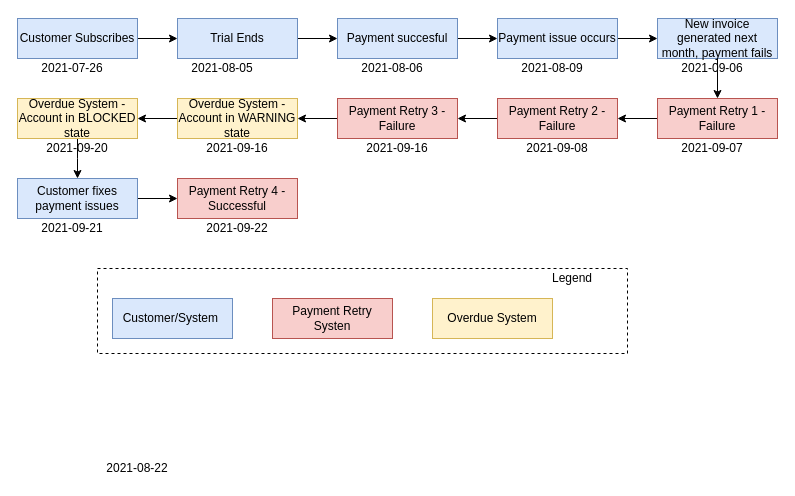
killbill/killbill-docs keeps this draw.io diagram as page "test-flow" (5 of 5) of userguide/assets/img/overdue/overdue.drawio. Above is the earlier version. Source tidied: cells renumbered, new cells numbered last; positions are measured from the earlier drawing's top-left corner, leaving out a move shared by most shapes. Both pictures are drawn from the tidied source at 100%, with x=0, y=0 at pixel (17, 18).
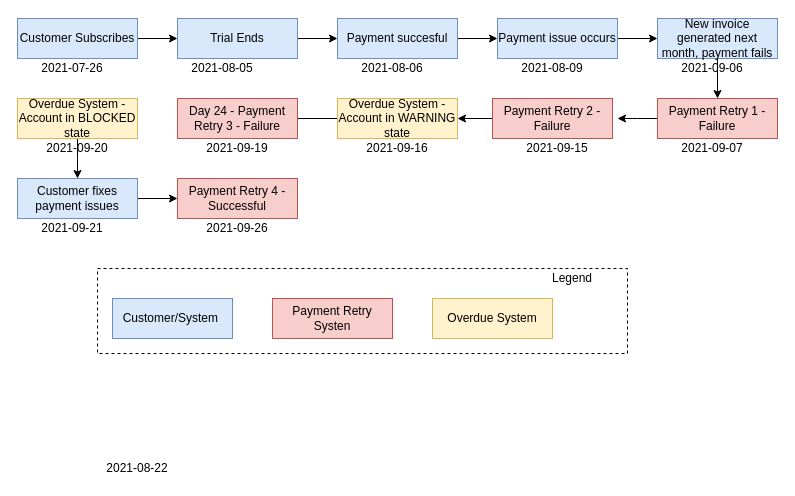
The same diagram, later.

The change refers to these unchanged cells:
```xml
<mxCell id="7" value="Payment Retry 1 - Failure" style="rounded=0;whiteSpace=wrap;html=1;fillColor=#f8cecc;strokeColor=#b85450;" parent="1" vertex="1">
  <mxGeometry x="640" y="80" width="120" height="40" as="geometry" />
</mxCell>
<mxCell id="23" value="Overdue System - Account in BLOCKED state" style="rounded=0;whiteSpace=wrap;html=1;fillColor=#fff2cc;strokeColor=#d6b656;" parent="1" vertex="1">
  <mxGeometry y="80" width="120" height="40" as="geometry" />
</mxCell>
```

What changed in the source:
```diff
@@
-    <mxCell id="6" style="edgeStyle=orthogonalEdgeStyle;rounded=0;jettySize=auto;html=1;exitX=0;exitY=0.5;exitDx=0;exitDy=0;entryX=1;entryY=0.5;entryDx=0;entryDy=0;" parent="1" edge="1" source="7" target="9">
-      <mxGeometry relative="1" as="geometry" />
+    <mxCell id="6" style="edgeStyle=orthogonalEdgeStyle;rounded=0;jettySize=auto;html=1;exitX=0;exitY=0.5;exitDx=0;exitDy=0;entryX=1;entryY=0.5;entryDx=0;entryDy=0;" parent="1" edge="1" source="7">
+      <mxGeometry relative="1" as="geometry">
+        <mxPoint x="600" y="100" as="targetPoint" />
+      </mxGeometry>
     </mxCell>
@@
-    <mxCell id="8" style="edgeStyle=orthogonalEdgeStyle;rounded=0;jettySize=auto;html=1;exitX=0;exitY=0.5;exitDx=0;exitDy=0;entryX=1;entryY=0.5;entryDx=0;entryDy=0;" parent="1" edge="1" source="9" target="11">
-      <mxGeometry relative="1" as="geometry" />
-    </mxCell>
-    <mxCell id="9" value="Payment Retry 2 - Failure" style="rounded=0;whiteSpace=wrap;html=1;fillColor=#f8cecc;strokeColor=#b85450;" parent="1" vertex="1">
-      <mxGeometry x="480" y="80" width="120" height="40" as="geometry" />
-    </mxCell>
@@
-    <mxCell id="11" value="Payment Retry 3 - Failure" style="rounded=0;whiteSpace=wrap;html=1;fillColor=#f8cecc;strokeColor=#b85450;" parent="1" vertex="1">
-      <mxGeometry x="320" y="80" width="120" height="40" as="geometry" />
+    <mxCell id="11" value="Payment Retry 2 - Failure" style="rounded=0;whiteSpace=wrap;html=1;fillColor=#f8cecc;strokeColor=#b85450;" parent="1" vertex="1">
+      <mxGeometry x="475" y="80" width="120" height="40" as="geometry" />
     </mxCell>
@@
-    <mxCell id="17" value="2021-09-08" style="text;html=1;strokeColor=none;fillColor=none;align=center;verticalAlign=middle;whiteSpace=wrap;rounded=0;" parent="1" vertex="1">
+    <mxCell id="17" value="2021-09-15" style="text;html=1;strokeColor=none;fillColor=none;align=center;verticalAlign=middle;whiteSpace=wrap;rounded=0;" parent="1" vertex="1">
       <mxGeometry x="495" y="120" width="90" height="20" as="geometry" />
     </mxCell>
@@
-    <mxCell id="19" style="edgeStyle=orthogonalEdgeStyle;rounded=0;jettySize=auto;html=1;exitX=0;exitY=0.5;exitDx=0;exitDy=0;entryX=1;entryY=0.5;entryDx=0;entryDy=0;" parent="1" edge="1" source="20" target="23">
-      <mxGeometry relative="1" as="geometry" />
+    <mxCell id="19" style="edgeStyle=orthogonalEdgeStyle;rounded=0;jettySize=auto;html=1;exitX=0;exitY=0.5;exitDx=0;exitDy=0;" parent="1" edge="1" source="20">
+      <mxGeometry relative="1" as="geometry">
+        <mxPoint x="270" y="100" as="targetPoint" />
+      </mxGeometry>
     </mxCell>
     <mxCell id="20" value="Overdue System - Account in WARNING state" style="rounded=0;whiteSpace=wrap;html=1;fillColor=#fff2cc;strokeColor=#d6b656;" parent="1" vertex="1">
-      <mxGeometry x="160" y="80" width="120" height="40" as="geometry" />
+      <mxGeometry x="320" y="80" width="120" height="40" as="geometry" />
     </mxCell>
-    <mxCell id="21" value="2021-09-16" style="text;html=1;strokeColor=none;fillColor=none;align=center;verticalAlign=middle;whiteSpace=wrap;rounded=0;" parent="1" vertex="1">
+    <mxCell id="21" value="2021-09-19" style="text;html=1;strokeColor=none;fillColor=none;align=center;verticalAlign=middle;whiteSpace=wrap;rounded=0;" parent="1" vertex="1">
       <mxGeometry x="175" y="120" width="90" height="20" as="geometry" />
     </mxCell>
@@
-    <mxCell id="25" value="2021-09-22" style="text;html=1;strokeColor=none;fillColor=none;align=center;verticalAlign=middle;whiteSpace=wrap;rounded=0;" parent="1" vertex="1">
+    <mxCell id="25" value="2021-09-26" style="text;html=1;strokeColor=none;fillColor=none;align=center;verticalAlign=middle;whiteSpace=wrap;rounded=0;" parent="1" vertex="1">
       <mxGeometry x="175" y="200" width="90" height="20" as="geometry" />
     </mxCell>
@@
+    <mxCell id="43" value="Day 24 - Payment Retry 3 - Failure" style="rounded=0;whiteSpace=wrap;html=1;fillColor=#f8cecc;strokeColor=#b85450;" parent="1" vertex="1">
+      <mxGeometry x="160" y="80" width="120" height="40" as="geometry" />
+    </mxCell>
```
